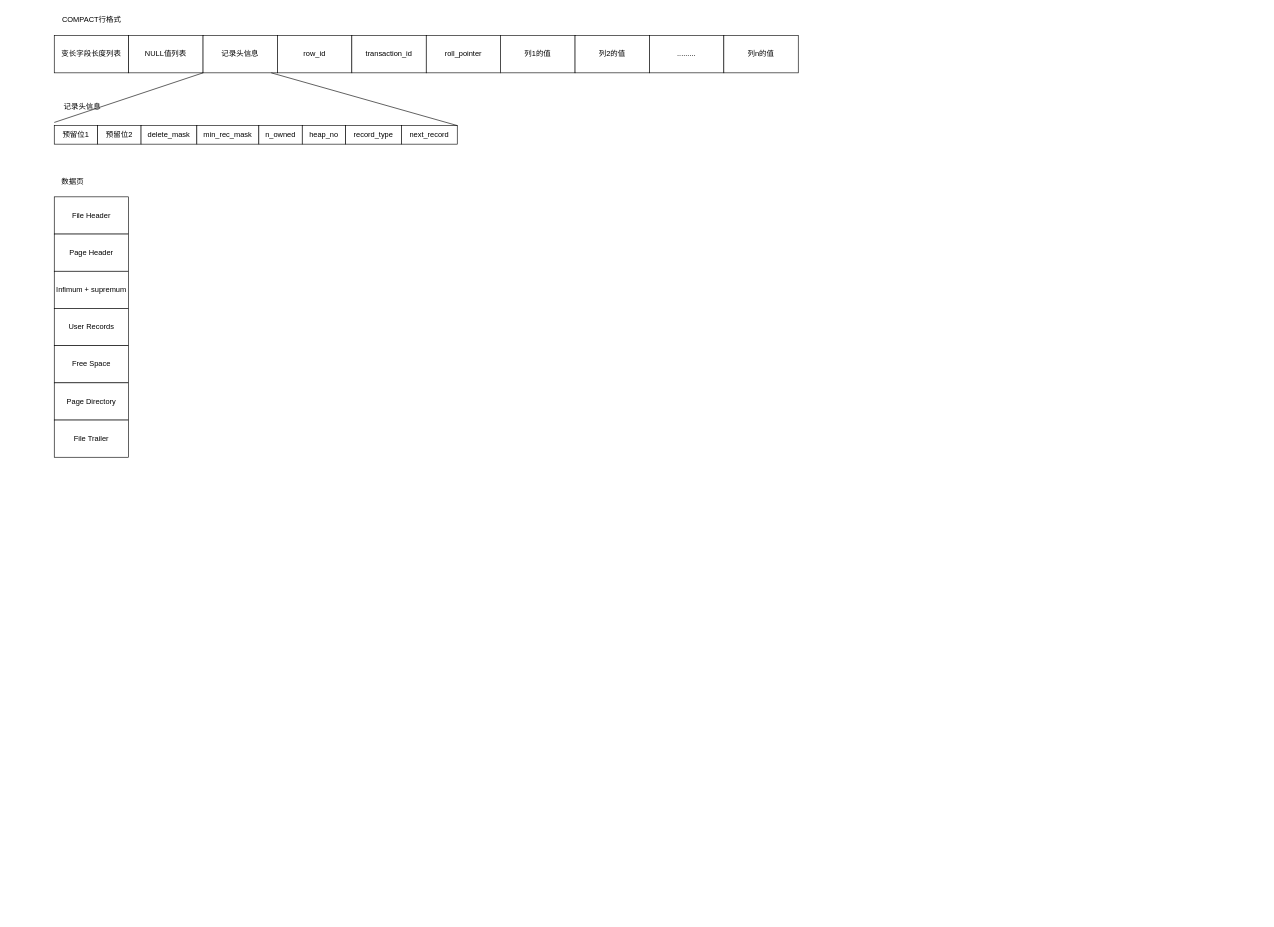
Earlier version of the draw.io diagram MySQL.drawio (bu0207/picx-images-hosting). Source tidied: cells renumbered, new cells numbered last; positions are measured from the earlier drawing's top-left corner, leaving out a move shared by most shapes. Both pictures are drawn from the tidied source at 62%, with x=0, y=0 at pixel (54, 11).
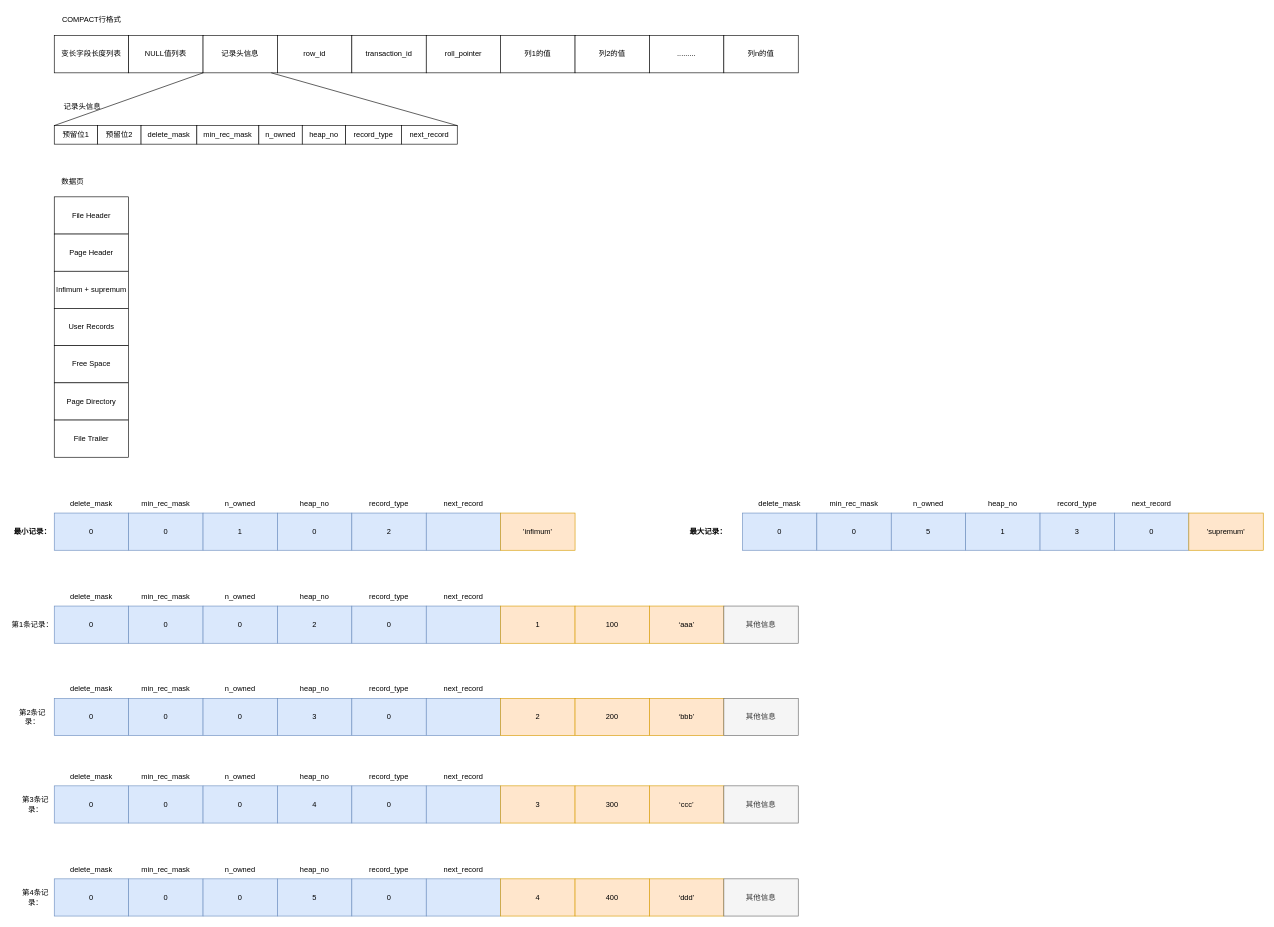
The same diagram, later.

Unchanged cells that the change refers to:
```xml
<mxCell id="4" value="记录头信息" style="rounded=0;whiteSpace=wrap;html=1;" parent="1" vertex="1">
  <mxGeometry x="240" y="40" width="120" height="60" as="geometry" />
</mxCell>
<mxCell id="9" value="预留位1" style="rounded=0;whiteSpace=wrap;html=1;imageHeight=24;imageWidth=24;" parent="1" vertex="1">
  <mxGeometry y="185" width="70" height="30" as="geometry" />
</mxCell>
```

Change to the diagram source:
```diff
@@
-    <mxCell id="30" style="endArrow=none;html=1;rounded=0;entryX=0;entryY=1;entryDx=0;entryDy=0;" parent="1" edge="1" target="4">
-      <mxGeometry relative="1" as="geometry">
-        <mxPoint y="180" as="sourcePoint" />
-      </mxGeometry>
+    <mxCell id="30" style="endArrow=none;html=1;rounded=0;entryX=0;entryY=1;entryDx=0;entryDy=0;exitX=0;exitY=0;exitDx=0;exitDy=0;" parent="1" edge="1" source="9" target="4">
+      <mxGeometry relative="1" as="geometry" />
     </mxCell>
@@
+    <mxCell id="32" value="0" style="rounded=0;whiteSpace=wrap;html=1;fillColor=#dae8fc;strokeColor=#6c8ebf;" parent="1" vertex="1">
+      <mxGeometry y="810" width="120" height="60" as="geometry" />
+    </mxCell>
+    <mxCell id="33" value="0" style="rounded=0;whiteSpace=wrap;html=1;fillColor=#dae8fc;strokeColor=#6c8ebf;" parent="1" vertex="1">
+      <mxGeometry x="120" y="810" width="120" height="60" as="geometry" />
+    </mxCell>
+    <mxCell id="34" value="1" style="rounded=0;whiteSpace=wrap;html=1;fillColor=#dae8fc;strokeColor=#6c8ebf;" parent="1" vertex="1">
+      <mxGeometry x="240" y="810" width="120" height="60" as="geometry" />
+    </mxCell>
+    <mxCell id="35" value="delete_mask" style="text;html=1;align=center;verticalAlign=middle;whiteSpace=wrap;rounded=0;" parent="1" vertex="1">
+      <mxGeometry x="30" y="780" width="60" height="30" as="geometry" />
+    </mxCell>
+    <mxCell id="36" value="min_rec_mask" style="text;html=1;align=center;verticalAlign=middle;whiteSpace=wrap;rounded=0;" parent="1" vertex="1">
+      <mxGeometry x="150" y="780" width="60" height="30" as="geometry" />
+    </mxCell>
+    <mxCell id="37" value="n_owned" style="text;html=1;align=center;verticalAlign=middle;whiteSpace=wrap;rounded=0;" parent="1" vertex="1">
+      <mxGeometry x="270" y="780" width="60" height="30" as="geometry" />
+    </mxCell>
+    <mxCell id="38" value="0" style="rounded=0;whiteSpace=wrap;html=1;fillColor=#dae8fc;strokeColor=#6c8ebf;" parent="1" vertex="1">
+      <mxGeometry x="360" y="810" width="120" height="60" as="geometry" />
+    </mxCell>
+    <mxCell id="39" value="heap_no" style="text;html=1;align=center;verticalAlign=middle;whiteSpace=wrap;rounded=0;" parent="1" vertex="1">
+      <mxGeometry x="390" y="780" width="60" height="30" as="geometry" />
+    </mxCell>
+    <mxCell id="40" value="2" style="rounded=0;whiteSpace=wrap;html=1;fillColor=#dae8fc;strokeColor=#6c8ebf;" parent="1" vertex="1">
+      <mxGeometry x="480" y="810" width="120" height="60" as="geometry" />
+    </mxCell>
+    <mxCell id="41" value="record_type" style="text;html=1;align=center;verticalAlign=middle;whiteSpace=wrap;rounded=0;" parent="1" vertex="1">
+      <mxGeometry x="510" y="780" width="60" height="30" as="geometry" />
+    </mxCell>
+    <mxCell id="42" style="rounded=0;whiteSpace=wrap;html=1;fillColor=#dae8fc;strokeColor=#6c8ebf;" parent="1" vertex="1">
+      <mxGeometry x="600" y="810" width="120" height="60" as="geometry" />
+    </mxCell>
+    <mxCell id="43" value="next_record" style="text;html=1;align=center;verticalAlign=middle;whiteSpace=wrap;rounded=0;" parent="1" vertex="1">
+      <mxGeometry x="630" y="780" width="60" height="30" as="geometry" />
+    </mxCell>
+    <mxCell id="44" value="'infimum'" style="rounded=0;whiteSpace=wrap;html=1;fillColor=#ffe6cc;strokeColor=#d79b00;" parent="1" vertex="1">
+      <mxGeometry x="720" y="810" width="120" height="60" as="geometry" />
+    </mxCell>
+    <mxCell id="45" value="0" style="rounded=0;whiteSpace=wrap;html=1;fillColor=#dae8fc;strokeColor=#6c8ebf;" parent="1" vertex="1">
+      <mxGeometry x="1110" y="810" width="120" height="60" as="geometry" />
+    </mxCell>
+    <mxCell id="46" value="0" style="rounded=0;whiteSpace=wrap;html=1;fillColor=#dae8fc;strokeColor=#6c8ebf;" parent="1" vertex="1">
+      <mxGeometry x="1230" y="810" width="120" height="60" as="geometry" />
+    </mxCell>
+    <mxCell id="47" value="5" style="rounded=0;whiteSpace=wrap;html=1;fillColor=#dae8fc;strokeColor=#6c8ebf;" parent="1" vertex="1">
+      <mxGeometry x="1350" y="810" width="120" height="60" as="geometry" />
+    </mxCell>
+    <mxCell id="48" value="delete_mask" style="text;html=1;align=center;verticalAlign=middle;whiteSpace=wrap;rounded=0;" parent="1" vertex="1">
+      <mxGeometry x="1140" y="780" width="60" height="30" as="geometry" />
+    </mxCell>
+    <mxCell id="49" value="min_rec_mask" style="text;html=1;align=center;verticalAlign=middle;whiteSpace=wrap;rounded=0;" parent="1" vertex="1">
+      <mxGeometry x="1260" y="780" width="60" height="30" as="geometry" />
+    </mxCell>
+    <mxCell id="50" value="n_owned" style="text;html=1;align=center;verticalAlign=middle;whiteSpace=wrap;rounded=0;" parent="1" vertex="1">
+      <mxGeometry x="1380" y="780" width="60" height="30" as="geometry" />
+    </mxCell>
+    <mxCell id="51" value="1" style="rounded=0;whiteSpace=wrap;html=1;fillColor=#dae8fc;strokeColor=#6c8ebf;" parent="1" vertex="1">
+      <mxGeometry x="1470" y="810" width="120" height="60" as="geometry" />
+    </mxCell>
+    <mxCell id="52" value="heap_no" style="text;html=1;align=center;verticalAlign=middle;whiteSpace=wrap;rounded=0;" parent="1" vertex="1">
+      <mxGeometry x="1500" y="780" width="60" height="30" as="geometry" />
+    </mxCell>
+    <mxCell id="53" value="3" style="rounded=0;whiteSpace=wrap;html=1;fillColor=#dae8fc;strokeColor=#6c8ebf;" parent="1" vertex="1">
+      <mxGeometry x="1590" y="810" width="120" height="60" as="geometry" />
+    </mxCell>
+    <mxCell id="54" value="record_type" style="text;html=1;align=center;verticalAlign=middle;whiteSpace=wrap;rounded=0;" parent="1" vertex="1">
+      <mxGeometry x="1620" y="780" width="60" height="30" as="geometry" />
+    </mxCell>
+    <mxCell id="55" value="0" style="rounded=0;whiteSpace=wrap;html=1;fillColor=#dae8fc;strokeColor=#6c8ebf;" parent="1" vertex="1">
+      <mxGeometry x="1710" y="810" width="120" height="60" as="geometry" />
+    </mxCell>
+    <mxCell id="56" value="next_record" style="text;html=1;align=center;verticalAlign=middle;whiteSpace=wrap;rounded=0;" parent="1" vertex="1">
+      <mxGeometry x="1740" y="780" width="60" height="30" as="geometry" />
+    </mxCell>
+    <mxCell id="57" value="'supremum'" style="rounded=0;whiteSpace=wrap;html=1;fillColor=#ffe6cc;strokeColor=#d79b00;" parent="1" vertex="1">
+      <mxGeometry x="1830" y="810" width="120" height="60" as="geometry" />
+    </mxCell>
+    <mxCell id="58" value="&lt;b&gt;最大记录：&lt;/b&gt;" style="text;html=1;align=center;verticalAlign=middle;whiteSpace=wrap;rounded=0;" parent="1" vertex="1">
+      <mxGeometry x="1020" y="825" width="70" height="30" as="geometry" />
+    </mxCell>
+    <mxCell id="59" value="&lt;b&gt;最小记录：&lt;/b&gt;" style="text;html=1;align=center;verticalAlign=middle;whiteSpace=wrap;rounded=0;" parent="1" vertex="1">
+      <mxGeometry x="-70" y="825" width="70" height="30" as="geometry" />
+    </mxCell>
+    <mxCell id="60" value="0" style="rounded=0;whiteSpace=wrap;html=1;fillColor=#dae8fc;strokeColor=#6c8ebf;" parent="1" vertex="1">
+      <mxGeometry y="960" width="120" height="60" as="geometry" />
+    </mxCell>
+    <mxCell id="61" value="0" style="rounded=0;whiteSpace=wrap;html=1;fillColor=#dae8fc;strokeColor=#6c8ebf;" parent="1" vertex="1">
+      <mxGeometry x="120" y="960" width="120" height="60" as="geometry" />
+    </mxCell>
+    <mxCell id="62" value="0" style="rounded=0;whiteSpace=wrap;html=1;fillColor=#dae8fc;strokeColor=#6c8ebf;" parent="1" vertex="1">
+      <mxGeometry x="240" y="960" width="120" height="60" as="geometry" />
+    </mxCell>
+    <mxCell id="63" value="delete_mask" style="text;html=1;align=center;verticalAlign=middle;whiteSpace=wrap;rounded=0;" parent="1" vertex="1">
+      <mxGeometry x="30" y="930" width="60" height="30" as="geometry" />
+    </mxCell>
+    <mxCell id="64" value="min_rec_mask" style="text;html=1;align=center;verticalAlign=middle;whiteSpace=wrap;rounded=0;" parent="1" vertex="1">
+      <mxGeometry x="150" y="930" width="60" height="30" as="geometry" />
+    </mxCell>
+    <mxCell id="65" value="n_owned" style="text;html=1;align=center;verticalAlign=middle;whiteSpace=wrap;rounded=0;" parent="1" vertex="1">
+      <mxGeometry x="270" y="930" width="60" height="30" as="geometry" />
+    </mxCell>
+    <mxCell id="66" value="2" style="rounded=0;whiteSpace=wrap;html=1;fillColor=#dae8fc;strokeColor=#6c8ebf;" parent="1" vertex="1">
+      <mxGeometry x="360" y="960" width="120" height="60" as="geometry" />
+    </mxCell>
+    <mxCell id="67" value="heap_no" style="text;html=1;align=center;verticalAlign=middle;whiteSpace=wrap;rounded=0;" parent="1" vertex="1">
+      <mxGeometry x="390" y="930" width="60" height="30" as="geometry" />
+    </mxCell>
+    <mxCell id="68" value="0" style="rounded=0;whiteSpace=wrap;html=1;fillColor=#dae8fc;strokeColor=#6c8ebf;" parent="1" vertex="1">
+      <mxGeometry x="480" y="960" width="120" height="60" as="geometry" />
+    </mxCell>
+    <mxCell id="69" value="record_type" style="text;html=1;align=center;verticalAlign=middle;whiteSpace=wrap;rounded=0;" parent="1" vertex="1">
+      <mxGeometry x="510" y="930" width="60" height="30" as="geometry" />
+    </mxCell>
+    <mxCell id="70" style="rounded=0;whiteSpace=wrap;html=1;fillColor=#dae8fc;strokeColor=#6c8ebf;" parent="1" vertex="1">
+      <mxGeometry x="600" y="960" width="120" height="60" as="geometry" />
+    </mxCell>
+    <mxCell id="71" value="next_record" style="text;html=1;align=center;verticalAlign=middle;whiteSpace=wrap;rounded=0;" parent="1" vertex="1">
+      <mxGeometry x="630" y="930" width="60" height="30" as="geometry" />
+    </mxCell>
+    <mxCell id="72" value="1" style="rounded=0;whiteSpace=wrap;html=1;fillColor=#ffe6cc;strokeColor=#d79b00;" parent="1" vertex="1">
+      <mxGeometry x="720" y="960" width="120" height="60" as="geometry" />
+    </mxCell>
+    <mxCell id="73" value="0" style="rounded=0;whiteSpace=wrap;html=1;fillColor=#dae8fc;strokeColor=#6c8ebf;" parent="1" vertex="1">
+      <mxGeometry y="1109" width="120" height="60" as="geometry" />
+    </mxCell>
+    <mxCell id="74" value="0" style="rounded=0;whiteSpace=wrap;html=1;fillColor=#dae8fc;strokeColor=#6c8ebf;" parent="1" vertex="1">
+      <mxGeometry x="120" y="1109" width="120" height="60" as="geometry" />
+    </mxCell>
+    <mxCell id="75" value="0" style="rounded=0;whiteSpace=wrap;html=1;fillColor=#dae8fc;strokeColor=#6c8ebf;" parent="1" vertex="1">
+      <mxGeometry x="240" y="1109" width="120" height="60" as="geometry" />
+    </mxCell>
+    <mxCell id="76" value="delete_mask" style="text;html=1;align=center;verticalAlign=middle;whiteSpace=wrap;rounded=0;" parent="1" vertex="1">
+      <mxGeometry x="30" y="1079" width="60" height="30" as="geometry" />
+    </mxCell>
+    <mxCell id="77" value="min_rec_mask" style="text;html=1;align=center;verticalAlign=middle;whiteSpace=wrap;rounded=0;" parent="1" vertex="1">
+      <mxGeometry x="150" y="1079" width="60" height="30" as="geometry" />
+    </mxCell>
+    <mxCell id="78" value="n_owned" style="text;html=1;align=center;verticalAlign=middle;whiteSpace=wrap;rounded=0;" parent="1" vertex="1">
+      <mxGeometry x="270" y="1079" width="60" height="30" as="geometry" />
+    </mxCell>
+    <mxCell id="79" value="3" style="rounded=0;whiteSpace=wrap;html=1;fillColor=#dae8fc;strokeColor=#6c8ebf;" parent="1" vertex="1">
+      <mxGeometry x="360" y="1109" width="120" height="60" as="geometry" />
+    </mxCell>
+    <mxCell id="80" value="heap_no" style="text;html=1;align=center;verticalAlign=middle;whiteSpace=wrap;rounded=0;" parent="1" vertex="1">
+      <mxGeometry x="390" y="1079" width="60" height="30" as="geometry" />
+    </mxCell>
+    <mxCell id="81" value="0" style="rounded=0;whiteSpace=wrap;html=1;fillColor=#dae8fc;strokeColor=#6c8ebf;" parent="1" vertex="1">
+      <mxGeometry x="480" y="1109" width="120" height="60" as="geometry" />
+    </mxCell>
+    <mxCell id="82" value="record_type" style="text;html=1;align=center;verticalAlign=middle;whiteSpace=wrap;rounded=0;" parent="1" vertex="1">
+      <mxGeometry x="510" y="1079" width="60" height="30" as="geometry" />
+    </mxCell>
+    <mxCell id="83" style="rounded=0;whiteSpace=wrap;html=1;fillColor=#dae8fc;strokeColor=#6c8ebf;" parent="1" vertex="1">
+      <mxGeometry x="600" y="1109" width="120" height="60" as="geometry" />
+    </mxCell>
+    <mxCell id="84" value="next_record" style="text;html=1;align=center;verticalAlign=middle;whiteSpace=wrap;rounded=0;" parent="1" vertex="1">
+      <mxGeometry x="630" y="1079" width="60" height="30" as="geometry" />
+    </mxCell>
+    <mxCell id="85" value="0" style="rounded=0;whiteSpace=wrap;html=1;fillColor=#dae8fc;strokeColor=#6c8ebf;" parent="1" vertex="1">
+      <mxGeometry y="1250" width="120" height="60" as="geometry" />
+    </mxCell>
+    <mxCell id="86" value="0" style="rounded=0;whiteSpace=wrap;html=1;fillColor=#dae8fc;strokeColor=#6c8ebf;" parent="1" vertex="1">
+      <mxGeometry x="120" y="1250" width="120" height="60" as="geometry" />
+    </mxCell>
+    <mxCell id="87" value="0" style="rounded=0;whiteSpace=wrap;html=1;fillColor=#dae8fc;strokeColor=#6c8ebf;" parent="1" vertex="1">
+      <mxGeometry x="240" y="1250" width="120" height="60" as="geometry" />
+    </mxCell>
+    <mxCell id="88" value="delete_mask" style="text;html=1;align=center;verticalAlign=middle;whiteSpace=wrap;rounded=0;" parent="1" vertex="1">
+      <mxGeometry x="30" y="1220" width="60" height="30" as="geometry" />
+    </mxCell>
+    <mxCell id="89" value="min_rec_mask" style="text;html=1;align=center;verticalAlign=middle;whiteSpace=wrap;rounded=0;" parent="1" vertex="1">
+      <mxGeometry x="150" y="1220" width="60" height="30" as="geometry" />
+    </mxCell>
+    <mxCell id="90" value="n_owned" style="text;html=1;align=center;verticalAlign=middle;whiteSpace=wrap;rounded=0;" parent="1" vertex="1">
+      <mxGeometry x="270" y="1220" width="60" height="30" as="geometry" />
+    </mxCell>
+    <mxCell id="91" value="4" style="rounded=0;whiteSpace=wrap;html=1;fillColor=#dae8fc;strokeColor=#6c8ebf;" parent="1" vertex="1">
+      <mxGeometry x="360" y="1250" width="120" height="60" as="geometry" />
+    </mxCell>
+    <mxCell id="92" value="heap_no" style="text;html=1;align=center;verticalAlign=middle;whiteSpace=wrap;rounded=0;" parent="1" vertex="1">
+      <mxGeometry x="390" y="1220" width="60" height="30" as="geometry" />
+    </mxCell>
+    <mxCell id="93" value="0" style="rounded=0;whiteSpace=wrap;html=1;fillColor=#dae8fc;strokeColor=#6c8ebf;" parent="1" vertex="1">
+      <mxGeometry x="480" y="1250" width="120" height="60" as="geometry" />
+    </mxCell>
+    <mxCell id="94" value="record_type" style="text;html=1;align=center;verticalAlign=middle;whiteSpace=wrap;rounded=0;" parent="1" vertex="1">
+      <mxGeometry x="510" y="1220" width="60" height="30" as="geometry" />
+    </mxCell>
+    <mxCell id="95" style="rounded=0;whiteSpace=wrap;html=1;fillColor=#dae8fc;strokeColor=#6c8ebf;" parent="1" vertex="1">
+      <mxGeometry x="600" y="1250" width="120" height="60" as="geometry" />
+    </mxCell>
+    <mxCell id="96" value="next_record" style="text;html=1;align=center;verticalAlign=middle;whiteSpace=wrap;rounded=0;" parent="1" vertex="1">
+      <mxGeometry x="630" y="1220" width="60" height="30" as="geometry" />
+    </mxCell>
+    <mxCell id="97" value="0" style="rounded=0;whiteSpace=wrap;html=1;fillColor=#dae8fc;strokeColor=#6c8ebf;" parent="1" vertex="1">
+      <mxGeometry y="1400" width="120" height="60" as="geometry" />
+    </mxCell>
+    <mxCell id="98" value="0" style="rounded=0;whiteSpace=wrap;html=1;fillColor=#dae8fc;strokeColor=#6c8ebf;" parent="1" vertex="1">
+      <mxGeometry x="120" y="1400" width="120" height="60" as="geometry" />
+    </mxCell>
+    <mxCell id="99" value="0" style="rounded=0;whiteSpace=wrap;html=1;fillColor=#dae8fc;strokeColor=#6c8ebf;" parent="1" vertex="1">
+      <mxGeometry x="240" y="1400" width="120" height="60" as="geometry" />
+    </mxCell>
+    <mxCell id="100" value="delete_mask" style="text;html=1;align=center;verticalAlign=middle;whiteSpace=wrap;rounded=0;" parent="1" vertex="1">
+      <mxGeometry x="30" y="1370" width="60" height="30" as="geometry" />
+    </mxCell>
+    <mxCell id="101" value="min_rec_mask" style="text;html=1;align=center;verticalAlign=middle;whiteSpace=wrap;rounded=0;" parent="1" vertex="1">
+      <mxGeometry x="150" y="1370" width="60" height="30" as="geometry" />
+    </mxCell>
+    <mxCell id="102" value="n_owned" style="text;html=1;align=center;verticalAlign=middle;whiteSpace=wrap;rounded=0;" parent="1" vertex="1">
+      <mxGeometry x="270" y="1370" width="60" height="30" as="geometry" />
+    </mxCell>
+    <mxCell id="103" value="5" style="rounded=0;whiteSpace=wrap;html=1;fillColor=#dae8fc;strokeColor=#6c8ebf;" parent="1" vertex="1">
+      <mxGeometry x="360" y="1400" width="120" height="60" as="geometry" />
+    </mxCell>
+    <mxCell id="104" value="heap_no" style="text;html=1;align=center;verticalAlign=middle;whiteSpace=wrap;rounded=0;" parent="1" vertex="1">
+      <mxGeometry x="390" y="1370" width="60" height="30" as="geometry" />
+    </mxCell>
+    <mxCell id="105" value="0" style="rounded=0;whiteSpace=wrap;html=1;fillColor=#dae8fc;strokeColor=#6c8ebf;" parent="1" vertex="1">
+      <mxGeometry x="480" y="1400" width="120" height="60" as="geometry" />
+    </mxCell>
+    <mxCell id="106" value="record_type" style="text;html=1;align=center;verticalAlign=middle;whiteSpace=wrap;rounded=0;" parent="1" vertex="1">
+      <mxGeometry x="510" y="1370" width="60" height="30" as="geometry" />
+    </mxCell>
+    <mxCell id="107" style="rounded=0;whiteSpace=wrap;html=1;fillColor=#dae8fc;strokeColor=#6c8ebf;" parent="1" vertex="1">
+      <mxGeometry x="600" y="1400" width="120" height="60" as="geometry" />
+    </mxCell>
+    <mxCell id="108" value="next_record" style="text;html=1;align=center;verticalAlign=middle;whiteSpace=wrap;rounded=0;" parent="1" vertex="1">
+      <mxGeometry x="630" y="1370" width="60" height="30" as="geometry" />
+    </mxCell>
+    <mxCell id="109" value="第1条记录：" style="text;html=1;align=center;verticalAlign=middle;whiteSpace=wrap;rounded=0;" parent="1" vertex="1">
+      <mxGeometry x="-70" y="975" width="70" height="30" as="geometry" />
+    </mxCell>
+    <mxCell id="110" value="第2条记录：" style="text;html=1;align=center;verticalAlign=middle;whiteSpace=wrap;rounded=0;" parent="1" vertex="1">
+      <mxGeometry x="-65" y="1124" width="60" height="30" as="geometry" />
+    </mxCell>
+    <mxCell id="111" value="第3条记录：" style="text;html=1;align=center;verticalAlign=middle;whiteSpace=wrap;rounded=0;" parent="1" vertex="1">
+      <mxGeometry x="-60" y="1265" width="60" height="30" as="geometry" />
+    </mxCell>
+    <mxCell id="112" value="第4条记录：" style="text;html=1;align=center;verticalAlign=middle;whiteSpace=wrap;rounded=0;" parent="1" vertex="1">
+      <mxGeometry x="-60" y="1415" width="60" height="30" as="geometry" />
+    </mxCell>
+    <mxCell id="113" value="100" style="rounded=0;whiteSpace=wrap;html=1;fillColor=#ffe6cc;strokeColor=#d79b00;" parent="1" vertex="1">
+      <mxGeometry x="840" y="960" width="120" height="60" as="geometry" />
+    </mxCell>
+    <mxCell id="114" value="‘aaa’" style="rounded=0;whiteSpace=wrap;html=1;fillColor=#ffe6cc;strokeColor=#d79b00;" parent="1" vertex="1">
+      <mxGeometry x="960" y="960" width="120" height="60" as="geometry" />
+    </mxCell>
+    <mxCell id="115" value="其他信息" style="rounded=0;whiteSpace=wrap;html=1;fillColor=#f5f5f5;fontColor=#333333;strokeColor=#666666;" parent="1" vertex="1">
+      <mxGeometry x="1080" y="960" width="120" height="60" as="geometry" />
+    </mxCell>
+    <mxCell id="116" value="2" style="rounded=0;whiteSpace=wrap;html=1;fillColor=#ffe6cc;strokeColor=#d79b00;" parent="1" vertex="1">
+      <mxGeometry x="720" y="1109" width="120" height="60" as="geometry" />
+    </mxCell>
+    <mxCell id="117" value="200" style="rounded=0;whiteSpace=wrap;html=1;fillColor=#ffe6cc;strokeColor=#d79b00;" parent="1" vertex="1">
+      <mxGeometry x="840" y="1109" width="120" height="60" as="geometry" />
+    </mxCell>
+    <mxCell id="118" value="‘bbb’" style="rounded=0;whiteSpace=wrap;html=1;fillColor=#ffe6cc;strokeColor=#d79b00;" parent="1" vertex="1">
+      <mxGeometry x="960" y="1109" width="120" height="60" as="geometry" />
+    </mxCell>
+    <mxCell id="119" value="其他信息" style="rounded=0;whiteSpace=wrap;html=1;fillColor=#f5f5f5;fontColor=#333333;strokeColor=#666666;" parent="1" vertex="1">
+      <mxGeometry x="1080" y="1109" width="120" height="60" as="geometry" />
+    </mxCell>
+    <mxCell id="120" value="3" style="rounded=0;whiteSpace=wrap;html=1;fillColor=#ffe6cc;strokeColor=#d79b00;" parent="1" vertex="1">
+      <mxGeometry x="720" y="1250" width="120" height="60" as="geometry" />
+    </mxCell>
+    <mxCell id="121" value="300" style="rounded=0;whiteSpace=wrap;html=1;fillColor=#ffe6cc;strokeColor=#d79b00;" parent="1" vertex="1">
+      <mxGeometry x="840" y="1250" width="120" height="60" as="geometry" />
+    </mxCell>
+    <mxCell id="122" value="‘ccc’" style="rounded=0;whiteSpace=wrap;html=1;fillColor=#ffe6cc;strokeColor=#d79b00;" parent="1" vertex="1">
+      <mxGeometry x="960" y="1250" width="120" height="60" as="geometry" />
+    </mxCell>
+    <mxCell id="123" value="其他信息" style="rounded=0;whiteSpace=wrap;html=1;fillColor=#f5f5f5;fontColor=#333333;strokeColor=#666666;" parent="1" vertex="1">
+      <mxGeometry x="1080" y="1250" width="120" height="60" as="geometry" />
+    </mxCell>
+    <mxCell id="124" value="4" style="rounded=0;whiteSpace=wrap;html=1;fillColor=#ffe6cc;strokeColor=#d79b00;" parent="1" vertex="1">
+      <mxGeometry x="720" y="1400" width="120" height="60" as="geometry" />
+    </mxCell>
+    <mxCell id="125" value="400" style="rounded=0;whiteSpace=wrap;html=1;fillColor=#ffe6cc;strokeColor=#d79b00;" parent="1" vertex="1">
+      <mxGeometry x="840" y="1400" width="120" height="60" as="geometry" />
+    </mxCell>
+    <mxCell id="126" value="‘ddd’" style="rounded=0;whiteSpace=wrap;html=1;fillColor=#ffe6cc;strokeColor=#d79b00;" parent="1" vertex="1">
+      <mxGeometry x="960" y="1400" width="120" height="60" as="geometry" />
+    </mxCell>
+    <mxCell id="127" value="其他信息" style="rounded=0;whiteSpace=wrap;html=1;fillColor=#f5f5f5;fontColor=#333333;strokeColor=#666666;" parent="1" vertex="1">
+      <mxGeometry x="1080" y="1400" width="120" height="60" as="geometry" />
+    </mxCell>
```
